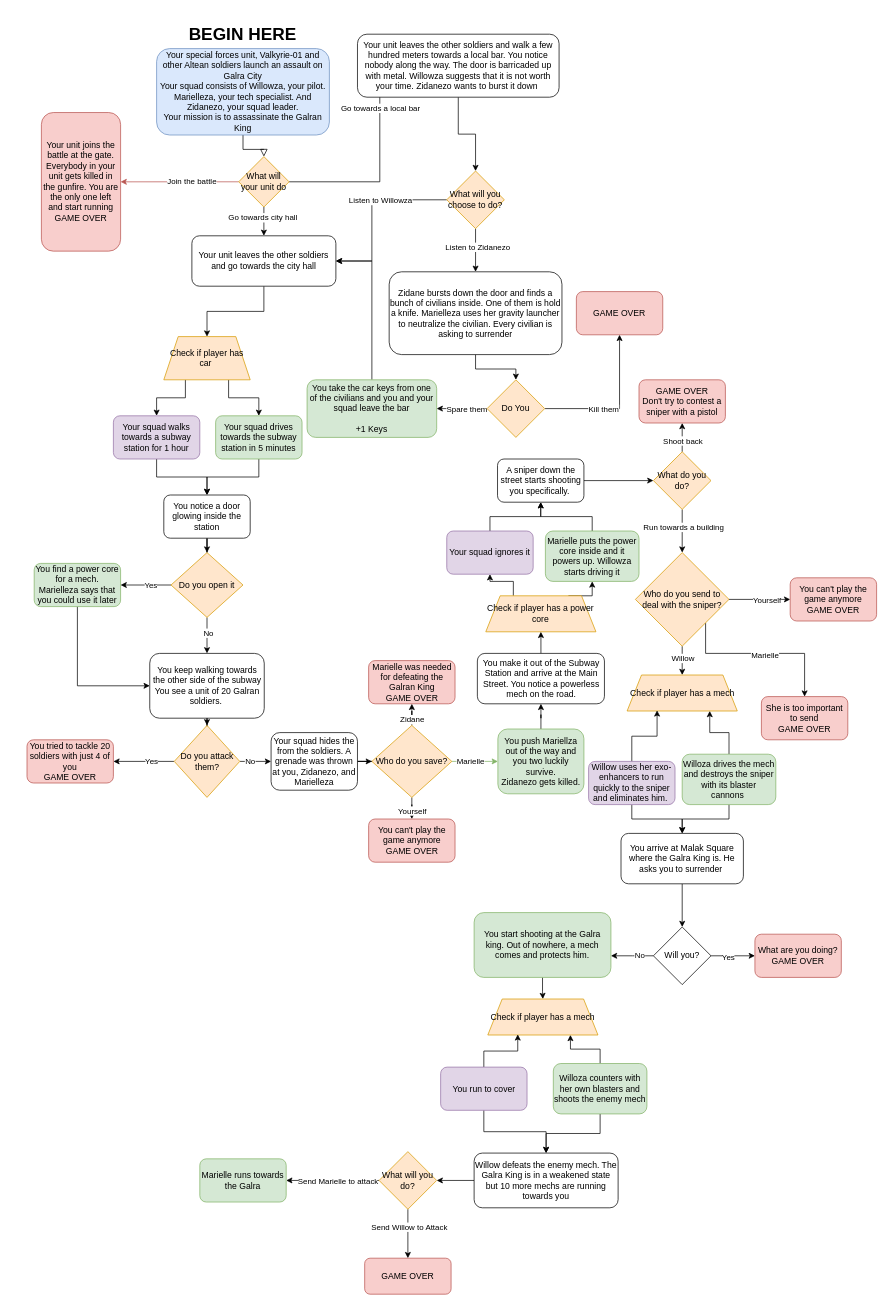
The draw.io diagram BusinessCulminatingFlowchart.drawio in twitocode/Draw.io-Diagrams, before the edit. Source tidied: cells renumbered, new cells numbered last; positions are measured from the earlier drawing's top-left corner, leaving out a move shared by most shapes. Both pictures are drawn from the tidied source at 72%, with x=0, y=0 at pixel (27, 19).
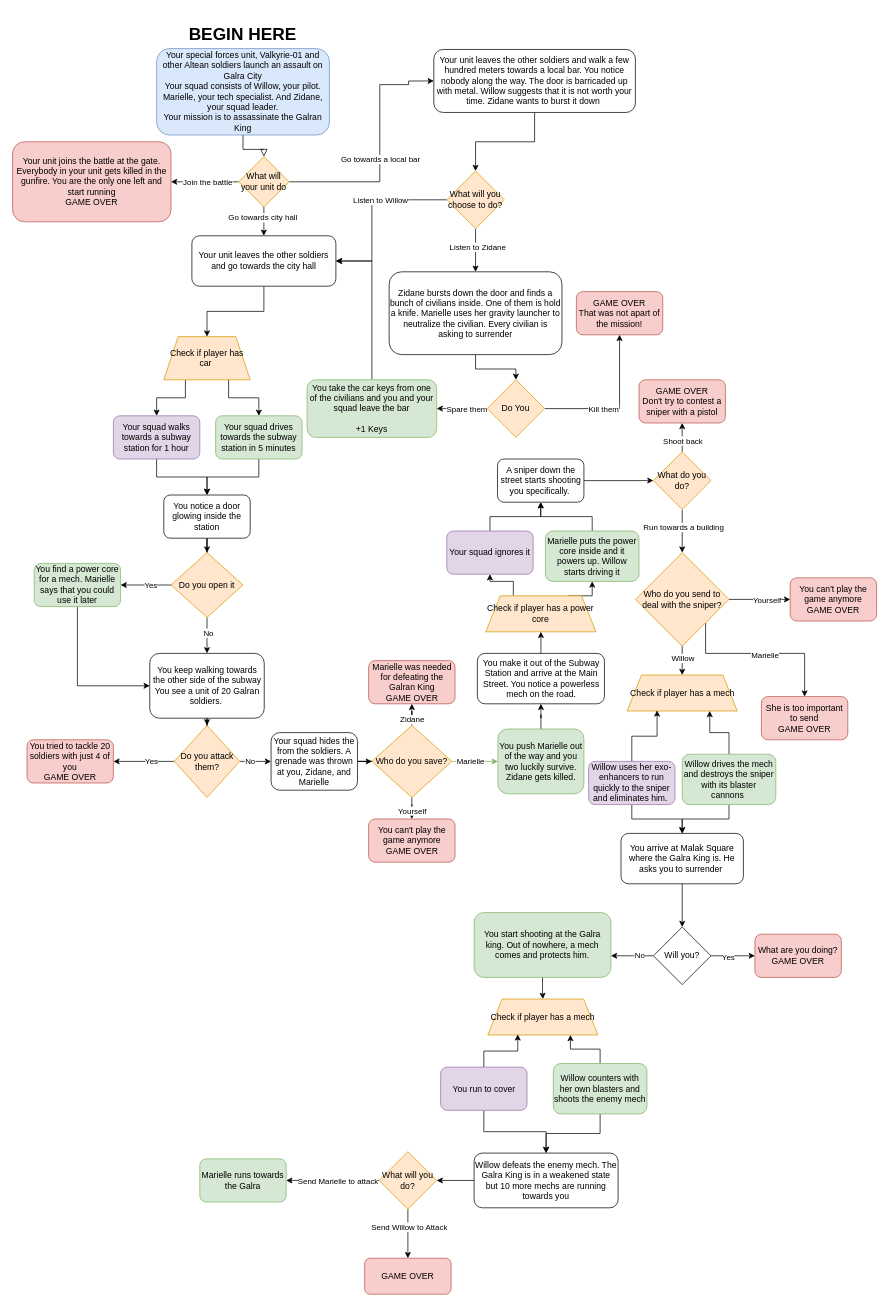
The same page after the edit.

The change refers to these unchanged cells:
```xml
<mxCell id="4" style="edgeStyle=orthogonalEdgeStyle;rounded=0;jettySize=auto;html=1;exitX=1;exitY=0.5;exitDx=0;exitDy=0;entryX=0;entryY=0.5;entryDx=0;entryDy=0;" parent="1" edge="1" source="10" target="13">
  <mxGeometry relative="1" as="geometry">
    <Array as="points">
      <mxPoint x="490" y="225" />
      <mxPoint x="490" y="90" />
      <mxPoint x="530" y="90" />
    </Array>
  </mxGeometry>
</mxCell>
<mxCell id="10" value="What will your unit do" style="rhombus;whiteSpace=wrap;html=1;fillColor=#ffe6cc;strokeColor=#d79b00;" parent="1" vertex="1">
  <mxGeometry x="294" y="190" width="70" height="70" as="geometry" />
</mxCell>
<mxCell id="16" style="edgeStyle=orthogonalEdgeStyle;rounded=0;jettySize=auto;html=1;entryX=1;entryY=0.5;entryDx=0;entryDy=0;" parent="1" edge="1" source="20" target="15">
  <mxGeometry relative="1" as="geometry">
    <Array as="points">
      <mxPoint x="479" y="250" />
      <mxPoint x="479" y="335" />
    </Array>
  </mxGeometry>
</mxCell>
<mxCell id="18" style="edgeStyle=orthogonalEdgeStyle;rounded=0;jettySize=auto;html=1;" parent="1" edge="1" source="20" target="22">
  <mxGeometry relative="1" as="geometry" />
</mxCell>
```

The edit, as a diff of the source:
```diff
@@
-    <mxCell id="3" value="Your special forces unit, Valkyrie-01 and other Altean soldiers launch an assault on Galra City&lt;br&gt;Your squad consists of Willowza, your pilot. Marielleza, your tech specialist. And Zidanezo, your squad leader.&lt;br&gt;Your mission is to assassinate the Galran King" style="rounded=1;whiteSpace=wrap;html=1;fontSize=12;glass=0;strokeWidth=1;shadow=0;fillColor=#dae8fc;strokeColor=#6c8ebf;" parent="1" vertex="1">
+    <mxCell id="3" value="Your special forces unit, Valkyrie-01 and other Altean soldiers launch an assault on Galra City&lt;br&gt;Your squad consists of Willow, your pilot. Marielle, your tech specialist. And Zidane, your squad leader.&lt;br&gt;Your mission is to assassinate the Galran King" style="rounded=1;whiteSpace=wrap;html=1;fontSize=12;glass=0;strokeWidth=1;shadow=0;fillColor=#dae8fc;strokeColor=#6c8ebf;" parent="1" vertex="1">
       <mxGeometry x="180" y="40" width="240" height="120" as="geometry" />
     </mxCell>
@@
     <mxCell id="5" value="Go towards a local bar" style="edgeLabel;html=1;align=center;verticalAlign=middle;" parent="4" vertex="1">
-      <mxGeometry x="0.15" relative="1" as="geometry" />
+      <mxGeometry x="0.15" relative="1" as="geometry">
+        <mxPoint y="38" as="offset" />
+      </mxGeometry>
     </mxCell>
-    <mxCell id="6" style="edgeStyle=orthogonalEdgeStyle;rounded=0;jettySize=auto;html=1;exitX=0;exitY=0.5;exitDx=0;exitDy=0;entryX=1;entryY=0.5;entryDx=0;entryDy=0;fillColor=#f8cecc;strokeColor=#b85450;" parent="1" edge="1" source="10" target="11">
+    <mxCell id="6" style="edgeStyle=orthogonalEdgeStyle;rounded=0;jettySize=auto;html=1;exitX=0;exitY=0.5;exitDx=0;exitDy=0;entryX=1;entryY=0.5;entryDx=0;entryDy=0;" parent="1" edge="1" source="10" target="11">
       <mxGeometry relative="1" as="geometry" />
     </mxCell>
     <mxCell id="7" value="Join the battle" style="edgeLabel;html=1;align=center;verticalAlign=middle;" parent="6" vertex="1">
-      <mxGeometry x="-0.2" y="-1" relative="1" as="geometry" />
+      <mxGeometry x="-0.2" y="-1" relative="1" as="geometry">
+        <mxPoint x="-6" y="1" as="offset" />
+      </mxGeometry>
     </mxCell>
@@
     <mxCell id="11" value="Your unit joins the battle at the gate.&lt;br&gt;Everybody in your unit gets killed in the gunfire. You are the only one left and start running&lt;br&gt;GAME OVER" style="rounded=1;whiteSpace=wrap;html=1;fillColor=#f8cecc;strokeColor=#b85450;" parent="1" vertex="1">
-      <mxGeometry x="20" y="128.8" width="110" height="192.5" as="geometry" />
+      <mxGeometry x="-20" y="169.4" width="220" height="111.2" as="geometry" />
     </mxCell>
@@
-    <mxCell id="13" value="&lt;div style=&quot;&quot;&gt;&lt;span style=&quot;background-color: initial;&quot;&gt;Your unit leaves the other soldiers and walk a few hundred meters towards a local bar. You notice nobody along the way. The door is barricaded up with metal. Willowza suggests that it is not worth your time. Zidanezo wants to burst it down&amp;nbsp;&lt;/span&gt;&lt;/div&gt;" style="rounded=1;whiteSpace=wrap;html=1;align=center;" parent="1" vertex="1">
-      <mxGeometry x="459" y="20" width="280" height="87.5" as="geometry" />
+    <mxCell id="13" value="&lt;div style=&quot;&quot;&gt;&lt;span style=&quot;background-color: initial;&quot;&gt;Your unit leaves the other soldiers and walk a few hundred meters towards a local bar. You notice nobody along the way. The door is barricaded up with metal. Willow suggests that it is not worth your time. Zidane wants to burst it down&amp;nbsp;&lt;/span&gt;&lt;/div&gt;" style="rounded=1;whiteSpace=wrap;html=1;align=center;" parent="1" vertex="1">
+      <mxGeometry x="565" y="41.2" width="280" height="87.5" as="geometry" />
     </mxCell>
@@
-    <mxCell id="17" value="Listen to Willowza" style="edgeLabel;html=1;align=center;verticalAlign=middle;" parent="16" vertex="1">
+    <mxCell id="17" value="Listen to Willow" style="edgeLabel;html=1;align=center;verticalAlign=middle;" parent="16" vertex="1">
       <mxGeometry x="-0.22" relative="1" as="geometry" />
     </mxCell>
@@
-    <mxCell id="19" value="Listen to Zidanezo" style="edgeLabel;html=1;align=center;verticalAlign=middle;" parent="18" vertex="1">
+    <mxCell id="19" value="Listen to Zidane" style="edgeLabel;html=1;align=center;verticalAlign=middle;" parent="18" vertex="1">
       <mxGeometry x="-0.18" y="2" relative="1" as="geometry" />
     </mxCell>
@@
-    <mxCell id="22" value="Zidane bursts down the door and finds a bunch of civilians inside. One of them is hold a knife. Marielleza uses her gravity launcher to neutralize the civilian. Every civilian is asking to surrender" style="rounded=1;whiteSpace=wrap;html=1;" parent="1" vertex="1">
+    <mxCell id="22" value="Zidane bursts down the door and finds a bunch of civilians inside. One of them is hold a knife. Marielle uses her gravity launcher to neutralize the civilian. Every civilian is asking to surrender" style="rounded=1;whiteSpace=wrap;html=1;" parent="1" vertex="1">
       <mxGeometry x="503" y="350" width="240" height="115" as="geometry" />
     </mxCell>
@@
-    <mxCell id="28" value="GAME OVER" style="rounded=1;whiteSpace=wrap;html=1;fillColor=#f8cecc;strokeColor=#b85450;" parent="1" vertex="1">
+    <mxCell id="28" value="GAME OVER&lt;br&gt;That was not apart of the mission!" style="rounded=1;whiteSpace=wrap;html=1;fillColor=#f8cecc;strokeColor=#b85450;" parent="1" vertex="1">
       <mxGeometry x="763" y="377.5" width="120" height="60" as="geometry" />
     </mxCell>
@@
-    <mxCell id="46" value="You find a power core for a mech. Marielleza says that you could use it later" style="rounded=1;whiteSpace=wrap;html=1;fillColor=#d5e8d4;strokeColor=#82b366;" parent="1" vertex="1">
+    <mxCell id="46" value="You find a power core for a mech. Marielle says that you could use it later" style="rounded=1;whiteSpace=wrap;html=1;fillColor=#d5e8d4;strokeColor=#82b366;" parent="1" vertex="1">
       <mxGeometry x="10" y="755" width="120" height="60" as="geometry" />
     </mxCell>
@@
-    <mxCell id="56" value="Your squad hides the from the soldiers. A grenade was thrown at you, Zidanezo, and Marielleza" style="rounded=1;whiteSpace=wrap;html=1;" parent="1" vertex="1">
+    <mxCell id="56" value="Your squad hides the from the soldiers. A grenade was thrown at you, Zidane, and Marielle" style="rounded=1;whiteSpace=wrap;html=1;" parent="1" vertex="1">
       <mxGeometry x="339" y="990" width="120" height="80" as="geometry" />
     </mxCell>
@@
-    <mxCell id="66" value="You push Mariellza out of the way and you two luckily survive.&lt;br&gt;Zidanezo gets killed." style="rounded=1;whiteSpace=wrap;html=1;fillColor=#d5e8d4;strokeColor=#82b366;" parent="1" vertex="1">
+    <mxCell id="66" value="You push Marielle out of the way and you two luckily survive.&lt;br&gt;Zidane gets killed." style="rounded=1;whiteSpace=wrap;html=1;fillColor=#d5e8d4;strokeColor=#82b366;" parent="1" vertex="1">
       <mxGeometry x="654" y="985" width="119.5" height="90" as="geometry" />
     </mxCell>
@@
-    <mxCell id="76" value="Marielle puts the power core inside and it powers up. Willowza starts driving it" style="rounded=1;whiteSpace=wrap;html=1;fillColor=#d5e8d4;strokeColor=#82b366;" parent="1" vertex="1">
+    <mxCell id="76" value="Marielle puts the power core inside and it powers up. Willow starts driving it" style="rounded=1;whiteSpace=wrap;html=1;fillColor=#d5e8d4;strokeColor=#82b366;" parent="1" vertex="1">
       <mxGeometry x="720" y="710" width="130" height="70" as="geometry" />
     </mxCell>
@@
-    <mxCell id="110" value="Willoza drives the mech and destroys the sniper with its blaster cannons&amp;nbsp;" style="rounded=1;whiteSpace=wrap;html=1;fillColor=#d5e8d4;strokeColor=#82b366;" parent="1" vertex="1">
+    <mxCell id="110" value="Willow drives the mech and destroys the sniper with its blaster cannons&amp;nbsp;" style="rounded=1;whiteSpace=wrap;html=1;fillColor=#d5e8d4;strokeColor=#82b366;" parent="1" vertex="1">
       <mxGeometry x="910" y="1020" width="130" height="70" as="geometry" />
     </mxCell>
@@
-    <mxCell id="118" value="Willoza counters with her own blasters and shoots the enemy mech" style="rounded=1;whiteSpace=wrap;html=1;fillColor=#d5e8d4;strokeColor=#82b366;" parent="1" vertex="1">
+    <mxCell id="118" value="Willow counters with her own blasters and shoots the enemy mech" style="rounded=1;whiteSpace=wrap;html=1;fillColor=#d5e8d4;strokeColor=#82b366;" parent="1" vertex="1">
       <mxGeometry x="731" y="1449.6" width="130" height="70" as="geometry" />
     </mxCell>
```
